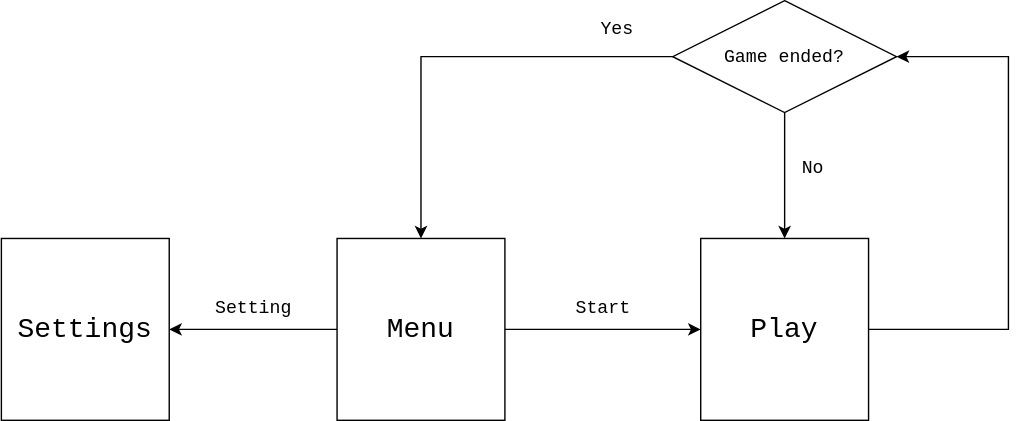
Above: Beat-Blast/Assets/FlowChart.svg in torrid-fish/Beat-Blast (draw.io), before the change. Source tidied: cells renumbered, new cells last; positions are measured from the earlier drawing's top-left corner, leaving out a move shared by most shapes. Its diagram source:
```xml
<mxGraphModel>
  <root>
    <mxCell id="0" />
    <mxCell id="1" parent="0" />
    <mxCell id="2" value="Setting" style="edgeStyle=orthogonalEdgeStyle;rounded=0;jettySize=auto;html=1;fontFamily=Courier New;fontSize=13;" parent="1" edge="1" source="4" target="5">
      <mxGeometry y="-15" relative="1" as="geometry">
        <Array as="points">
          <mxPoint x="240" y="235" />
        </Array>
      </mxGeometry>
    </mxCell>
    <mxCell id="3" value="Start" style="edgeStyle=orthogonalEdgeStyle;rounded=0;jettySize=auto;html=1;fontFamily=Courier New;fontSize=13;entryX=0;entryY=0.5;entryDx=0;entryDy=0;" parent="1" edge="1" source="4" target="7">
      <mxGeometry y="15" relative="1" as="geometry" />
    </mxCell>
    <mxCell id="4" value="Menu" style="rounded=0;whiteSpace=wrap;html=1;fontFamily=Courier New;align=center;fontSize=20;" parent="1" vertex="1">
      <mxGeometry x="240" y="170" width="120" height="130" as="geometry" />
    </mxCell>
    <mxCell id="5" value="Settings" style="rounded=0;whiteSpace=wrap;html=1;fontFamily=Courier New;align=center;fontSize=20;" parent="1" vertex="1">
      <mxGeometry y="170" width="120" height="130" as="geometry" />
    </mxCell>
    <mxCell id="6" style="edgeStyle=orthogonalEdgeStyle;rounded=0;jettySize=auto;html=1;entryX=1;entryY=0.5;entryDx=0;entryDy=0;fontFamily=Courier New;fontSize=13;exitX=1;exitY=0.5;exitDx=0;exitDy=0;" parent="1" edge="1" source="7" target="10">
      <mxGeometry relative="1" as="geometry">
        <Array as="points">
          <mxPoint x="720" y="235" />
          <mxPoint x="720" y="40" />
        </Array>
      </mxGeometry>
    </mxCell>
    <mxCell id="7" value="Play" style="rounded=0;whiteSpace=wrap;html=1;fontFamily=Courier New;align=center;fontSize=20;" parent="1" vertex="1">
      <mxGeometry x="500" y="170" width="120" height="130" as="geometry" />
    </mxCell>
    <mxCell id="8" value="Yes" style="edgeStyle=orthogonalEdgeStyle;rounded=0;jettySize=auto;html=1;entryX=0.5;entryY=0;entryDx=0;entryDy=0;fontFamily=Courier New;fontSize=13;" parent="1" edge="1" source="10" target="4">
      <mxGeometry x="-0.74" y="-20" relative="1" as="geometry" />
    </mxCell>
    <mxCell id="9" value="No" style="edgeStyle=orthogonalEdgeStyle;rounded=0;jettySize=auto;html=1;fontFamily=Courier New;fontSize=13;" parent="1" edge="1" source="10" target="7">
      <mxGeometry x="-0.11" y="20" relative="1" as="geometry" />
    </mxCell>
    <mxCell id="10" value="Game ended?" style="rhombus;whiteSpace=wrap;html=1;fontFamily=Courier New;fontSize=13;" parent="1" vertex="1">
      <mxGeometry x="480" width="160" height="80" as="geometry" />
    </mxCell>
  </root>
</mxGraphModel>
```
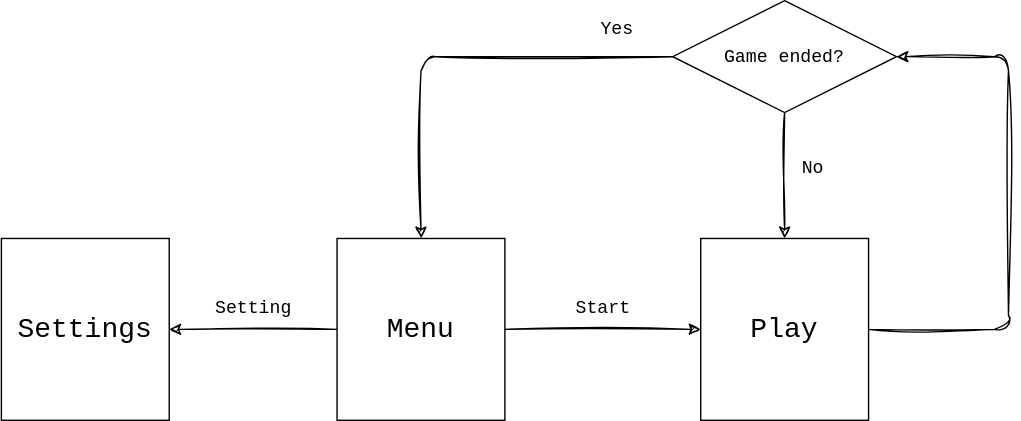
The same diagram one commit later.

Diff of the diagram source:
```diff
@@ -2,14 +2,14 @@
   <root>
     <mxCell id="0" />
     <mxCell id="1" parent="0" />
-    <mxCell id="2" value="Setting" style="edgeStyle=orthogonalEdgeStyle;rounded=0;jettySize=auto;html=1;fontFamily=Courier New;fontSize=13;" parent="1" edge="1" source="4" target="5">
+    <mxCell id="2" value="Setting" style="edgeStyle=orthogonalEdgeStyle;rounded=1;jettySize=auto;html=1;fontFamily=Courier New;fontSize=13;labelBorderColor=none;shadow=0;sketch=1;curveFitting=1;jiggle=2;" parent="1" edge="1" source="4" target="5">
       <mxGeometry y="-15" relative="1" as="geometry">
         <Array as="points">
           <mxPoint x="240" y="235" />
         </Array>
       </mxGeometry>
     </mxCell>
-    <mxCell id="3" value="Start" style="edgeStyle=orthogonalEdgeStyle;rounded=0;jettySize=auto;html=1;fontFamily=Courier New;fontSize=13;entryX=0;entryY=0.5;entryDx=0;entryDy=0;" parent="1" edge="1" source="4" target="7">
+    <mxCell id="3" value="Start" style="edgeStyle=orthogonalEdgeStyle;rounded=1;jettySize=auto;html=1;fontFamily=Courier New;fontSize=13;entryX=0;entryY=0.5;entryDx=0;entryDy=0;labelBorderColor=none;shadow=0;sketch=1;curveFitting=1;jiggle=2;" parent="1" edge="1" source="4" target="7">
       <mxGeometry y="15" relative="1" as="geometry" />
     </mxCell>
     <mxCell id="4" value="Menu" style="rounded=0;whiteSpace=wrap;html=1;fontFamily=Courier New;align=center;fontSize=20;" parent="1" vertex="1">
@@ -18,7 +18,7 @@
     <mxCell id="5" value="Settings" style="rounded=0;whiteSpace=wrap;html=1;fontFamily=Courier New;align=center;fontSize=20;" parent="1" vertex="1">
       <mxGeometry y="170" width="120" height="130" as="geometry" />
     </mxCell>
-    <mxCell id="6" style="edgeStyle=orthogonalEdgeStyle;rounded=0;jettySize=auto;html=1;entryX=1;entryY=0.5;entryDx=0;entryDy=0;fontFamily=Courier New;fontSize=13;exitX=1;exitY=0.5;exitDx=0;exitDy=0;" parent="1" edge="1" source="7" target="10">
+    <mxCell id="6" style="edgeStyle=orthogonalEdgeStyle;rounded=1;jettySize=auto;html=1;entryX=1;entryY=0.5;entryDx=0;entryDy=0;fontFamily=Courier New;fontSize=13;exitX=1;exitY=0.5;exitDx=0;exitDy=0;labelBorderColor=default;shadow=0;jumpStyle=none;sketch=1;curveFitting=1;jiggle=2;strokeColor=default;" parent="1" edge="1" source="7" target="10">
       <mxGeometry relative="1" as="geometry">
         <Array as="points">
           <mxPoint x="720" y="235" />
@@ -29,10 +29,10 @@
     <mxCell id="7" value="Play" style="rounded=0;whiteSpace=wrap;html=1;fontFamily=Courier New;align=center;fontSize=20;" parent="1" vertex="1">
       <mxGeometry x="500" y="170" width="120" height="130" as="geometry" />
     </mxCell>
-    <mxCell id="8" value="Yes" style="edgeStyle=orthogonalEdgeStyle;rounded=0;jettySize=auto;html=1;entryX=0.5;entryY=0;entryDx=0;entryDy=0;fontFamily=Courier New;fontSize=13;" parent="1" edge="1" source="10" target="4">
+    <mxCell id="8" value="Yes" style="edgeStyle=orthogonalEdgeStyle;rounded=1;jettySize=auto;html=1;entryX=0.5;entryY=0;entryDx=0;entryDy=0;fontFamily=Courier New;fontSize=13;labelBorderColor=none;shadow=0;sketch=1;curveFitting=1;jiggle=2;" parent="1" edge="1" source="10" target="4">
       <mxGeometry x="-0.74" y="-20" relative="1" as="geometry" />
     </mxCell>
-    <mxCell id="9" value="No" style="edgeStyle=orthogonalEdgeStyle;rounded=0;jettySize=auto;html=1;fontFamily=Courier New;fontSize=13;" parent="1" edge="1" source="10" target="7">
+    <mxCell id="9" value="No" style="edgeStyle=orthogonalEdgeStyle;rounded=1;jettySize=auto;html=1;fontFamily=Courier New;fontSize=13;labelBorderColor=none;shadow=0;sketch=1;curveFitting=1;jiggle=2;" parent="1" edge="1" source="10" target="7">
       <mxGeometry x="-0.11" y="20" relative="1" as="geometry" />
     </mxCell>
     <mxCell id="10" value="Game ended?" style="rhombus;whiteSpace=wrap;html=1;fontFamily=Courier New;fontSize=13;" parent="1" vertex="1">
```
